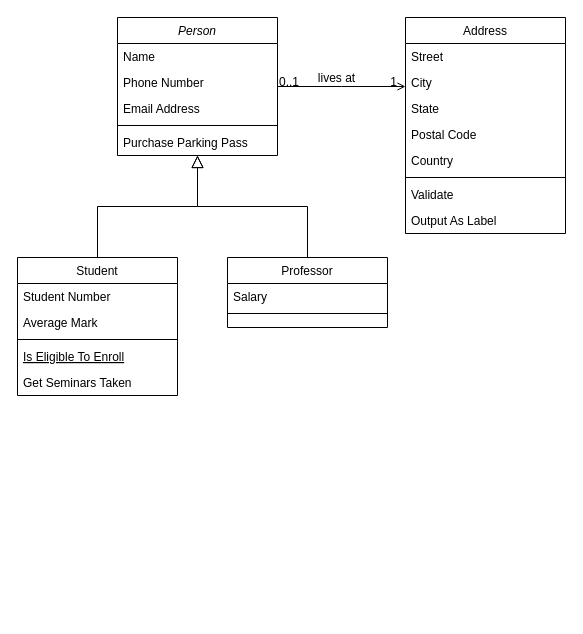
The draw.io diagram uks-classdiagram.drawio in litaanjelita/tefa-uks-classdiagram, before the edit. Source tidied: cells renumbered, new cells numbered last; positions are measured from the earlier drawing's top-left corner, leaving out a move shared by most shapes. Both pictures are drawn from the tidied source at 100%, with x=0, y=0 at pixel (17, 17).
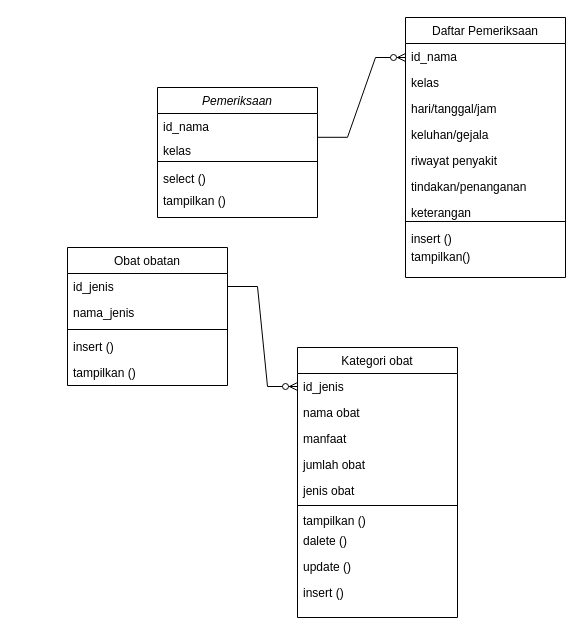
The same diagram, later.

What changed in the source:
```diff
@@
-    <mxCell id="2" value="Person" style="swimlane;fontStyle=2;align=center;verticalAlign=top;horizontal=1;startSize=26;rounded=0;shadow=0;strokeWidth=1;" parent="1" vertex="1">
-      <mxGeometry x="100" width="160" height="138" as="geometry" />
+    <mxCell id="2" value="Pemeriksaan" style="swimlane;fontStyle=2;align=center;verticalAlign=top;horizontal=1;startSize=26;rounded=0;shadow=0;strokeWidth=1;" parent="1" vertex="1">
+      <mxGeometry x="140" y="70" width="160" height="130" as="geometry" />
     </mxCell>
-    <mxCell id="3" value="Name" style="text;align=left;verticalAlign=top;spacingLeft=4;spacingRight=4;overflow=hidden;" parent="2" vertex="1">
-      <mxGeometry y="26" width="160" height="26" as="geometry" />
+    <mxCell id="3" value="id_nama" style="text;align=left;verticalAlign=top;spacingLeft=4;spacingRight=4;overflow=hidden;" parent="2" vertex="1">
+      <mxGeometry y="26" width="160" height="24" as="geometry" />
     </mxCell>
-    <mxCell id="4" value="Phone Number" style="text;align=left;verticalAlign=top;spacingLeft=4;spacingRight=4;overflow=hidden;rounded=0;shadow=0;html=0;" parent="2" vertex="1">
-      <mxGeometry y="52" width="160" height="26" as="geometry" />
+    <mxCell id="4" value="kelas" style="text;align=left;verticalAlign=top;spacingLeft=4;spacingRight=4;overflow=hidden;rounded=0;shadow=0;html=0;" parent="2" vertex="1">
+      <mxGeometry y="50" width="160" height="20" as="geometry" />
     </mxCell>
+    <mxCell id="6" style="line;html=1;strokeWidth=1;align=left;verticalAlign=middle;spacingTop=-1;spacingLeft=3;spacingRight=3;labelPosition=right;" parent="2" vertex="1">
+      <mxGeometry y="70" width="160" height="8" as="geometry" />
+    </mxCell>
-    <mxCell id="5" value="Email Address" style="text;align=left;verticalAlign=top;spacingLeft=4;spacingRight=4;overflow=hidden;rounded=0;shadow=0;html=0;" parent="2" vertex="1">
-      <mxGeometry y="78" width="160" height="26" as="geometry" />
+    <mxCell id="5" value="select ()" style="text;align=left;verticalAlign=top;spacingLeft=4;spacingRight=4;overflow=hidden;rounded=0;shadow=0;html=0;" parent="2" vertex="1">
+      <mxGeometry y="78" width="160" height="22" as="geometry" />
     </mxCell>
-    <mxCell id="6" style="line;html=1;strokeWidth=1;align=left;verticalAlign=middle;spacingTop=-1;spacingLeft=3;spacingRight=3;labelPosition=right;" parent="2" vertex="1">
-      <mxGeometry y="104" width="160" height="8" as="geometry" />
-    </mxCell>
-    <mxCell id="7" value="Purchase Parking Pass" style="text;align=left;verticalAlign=top;spacingLeft=4;spacingRight=4;overflow=hidden;" parent="2" vertex="1">
-      <mxGeometry y="112" width="160" height="26" as="geometry" />
+    <mxCell id="7" value="tampilkan ()" style="text;align=left;verticalAlign=top;spacingLeft=4;spacingRight=4;overflow=hidden;" parent="2" vertex="1">
+      <mxGeometry y="100" width="160" height="20" as="geometry" />
     </mxCell>
-    <mxCell id="8" value="Student" style="swimlane;fontStyle=0;align=center;verticalAlign=top;horizontal=1;startSize=26;rounded=0;shadow=0;strokeWidth=1;" parent="1" vertex="1">
-      <mxGeometry y="240" width="160" height="138" as="geometry" />
+    <mxCell id="8" value="Obat obatan" style="swimlane;fontStyle=0;align=center;verticalAlign=top;horizontal=1;startSize=26;rounded=0;shadow=0;strokeWidth=1;" parent="1" vertex="1">
+      <mxGeometry x="50" y="230" width="160" height="138" as="geometry" />
     </mxCell>
-    <mxCell id="9" value="Student Number" style="text;align=left;verticalAlign=top;spacingLeft=4;spacingRight=4;overflow=hidden;points=[[0,0.5],[1,0.5]];portConstraint=eastwest;" parent="8" vertex="1">
+    <mxCell id="9" value="id_jenis" style="text;align=left;verticalAlign=top;spacingLeft=4;spacingRight=4;overflow=hidden;points=[[0,0.5],[1,0.5]];portConstraint=eastwest;" parent="8" vertex="1">
       <mxGeometry y="26" width="160" height="26" as="geometry" />
     </mxCell>
-    <mxCell id="10" value="Average Mark" style="text;align=left;verticalAlign=top;spacingLeft=4;spacingRight=4;overflow=hidden;rounded=0;shadow=0;html=0;" parent="8" vertex="1">
+    <mxCell id="10" value="nama_jenis" style="text;align=left;verticalAlign=top;spacingLeft=4;spacingRight=4;overflow=hidden;rounded=0;shadow=0;html=0;" parent="8" vertex="1">
       <mxGeometry y="52" width="160" height="26" as="geometry" />
     </mxCell>
@@
-    <mxCell id="12" value="Is Eligible To Enroll" style="text;align=left;verticalAlign=top;spacingLeft=4;spacingRight=4;overflow=hidden;fontStyle=4;" parent="8" vertex="1">
+    <mxCell id="12" value="insert ()" style="text;align=left;verticalAlign=top;spacingLeft=4;spacingRight=4;overflow=hidden;fontStyle=0;" parent="8" vertex="1">
       <mxGeometry y="86" width="160" height="26" as="geometry" />
     </mxCell>
-    <mxCell id="13" value="Get Seminars Taken" style="text;align=left;verticalAlign=top;spacingLeft=4;spacingRight=4;overflow=hidden;" parent="8" vertex="1">
+    <mxCell id="13" value="tampilkan ()" style="text;align=left;verticalAlign=top;spacingLeft=4;spacingRight=4;overflow=hidden;" parent="8" vertex="1">
       <mxGeometry y="112" width="160" height="26" as="geometry" />
     </mxCell>
-    <mxCell id="14" style="endArrow=block;endSize=10;endFill=0;shadow=0;strokeWidth=1;rounded=0;curved=0;edgeStyle=elbowEdgeStyle;elbow=vertical;" parent="1" edge="1" source="8" target="2">
-      <mxGeometry relative="1" as="geometry" />
-    </mxCell>
-    <mxCell id="15" value="Professor" style="swimlane;fontStyle=0;align=center;verticalAlign=top;horizontal=1;startSize=26;rounded=0;shadow=0;strokeWidth=1;" parent="1" vertex="1">
-      <mxGeometry x="210" y="240" width="160" height="70" as="geometry" />
+    <mxCell id="15" value="Kategori obat" style="swimlane;fontStyle=0;align=center;verticalAlign=top;horizontal=1;startSize=26;rounded=0;shadow=0;strokeWidth=1;" parent="1" vertex="1">
+      <mxGeometry x="280" y="330" width="160" height="270" as="geometry" />
     </mxCell>
-    <mxCell id="16" value="Salary" style="text;align=left;verticalAlign=top;spacingLeft=4;spacingRight=4;overflow=hidden;points=[[0,0.5],[1,0.5]];portConstraint=eastwest;" parent="15" vertex="1">
+    <mxCell id="16" value="id_jenis" style="text;align=left;verticalAlign=top;spacingLeft=4;spacingRight=4;overflow=hidden;points=[[0,0.5],[1,0.5]];portConstraint=eastwest;" parent="15" vertex="1">
       <mxGeometry y="26" width="160" height="26" as="geometry" />
     </mxCell>
+    <mxCell id="32" value="nama obat" style="text;align=left;verticalAlign=top;spacingLeft=4;spacingRight=4;overflow=hidden;" parent="15" vertex="1">
+      <mxGeometry y="52" width="160" height="26" as="geometry" />
+    </mxCell>
+    <mxCell id="33" value="manfaat" style="text;align=left;verticalAlign=top;spacingLeft=4;spacingRight=4;overflow=hidden;" parent="15" vertex="1">
+      <mxGeometry y="78" width="160" height="26" as="geometry" />
+    </mxCell>
+    <mxCell id="34" value="jumlah obat" style="text;align=left;verticalAlign=top;spacingLeft=4;spacingRight=4;overflow=hidden;" parent="15" vertex="1">
+      <mxGeometry y="104" width="160" height="26" as="geometry" />
+    </mxCell>
+    <mxCell id="35" value="jenis obat" style="text;align=left;verticalAlign=top;spacingLeft=4;spacingRight=4;overflow=hidden;" parent="15" vertex="1">
+      <mxGeometry y="130" width="160" height="26" as="geometry" />
+    </mxCell>
     <mxCell id="17" style="line;html=1;strokeWidth=1;align=left;verticalAlign=middle;spacingTop=-1;spacingLeft=3;spacingRight=3;labelPosition=right;" parent="15" vertex="1">
-      <mxGeometry y="52" width="160" height="8" as="geometry" />
+      <mxGeometry y="156" width="160" height="4" as="geometry" />
     </mxCell>
-    <mxCell id="18" style="endArrow=block;endSize=10;endFill=0;shadow=0;strokeWidth=1;rounded=0;curved=0;edgeStyle=elbowEdgeStyle;elbow=vertical;" parent="1" edge="1" source="15" target="2">
-      <mxGeometry relative="1" as="geometry" />
-    </mxCell>
+    <mxCell id="36" value="tampilkan ()" style="text;align=left;verticalAlign=top;spacingLeft=4;spacingRight=4;overflow=hidden;" parent="15" vertex="1">
+      <mxGeometry y="160" width="160" height="20" as="geometry" />
+    </mxCell>
+    <mxCell id="37" value="dalete ()" style="text;align=left;verticalAlign=top;spacingLeft=4;spacingRight=4;overflow=hidden;" parent="15" vertex="1">
+      <mxGeometry y="180" width="160" height="26" as="geometry" />
+    </mxCell>
+    <mxCell id="38" value="update ()" style="text;align=left;verticalAlign=top;spacingLeft=4;spacingRight=4;overflow=hidden;" parent="15" vertex="1">
+      <mxGeometry y="206" width="160" height="26" as="geometry" />
+    </mxCell>
+    <mxCell id="39" value="insert ()" style="text;align=left;verticalAlign=top;spacingLeft=4;spacingRight=4;overflow=hidden;" parent="15" vertex="1">
+      <mxGeometry y="232" width="160" height="28" as="geometry" />
+    </mxCell>
-    <mxCell id="19" value="Address" style="swimlane;fontStyle=0;align=center;verticalAlign=top;horizontal=1;startSize=26;rounded=0;shadow=0;strokeWidth=1;" parent="1" vertex="1">
-      <mxGeometry x="388" width="160" height="216" as="geometry" />
+    <mxCell id="19" value="Daftar Pemeriksaan" style="swimlane;fontStyle=0;align=center;verticalAlign=top;horizontal=1;startSize=26;rounded=0;shadow=0;strokeWidth=1;" parent="1" vertex="1">
+      <mxGeometry x="388" width="160" height="260" as="geometry" />
     </mxCell>
-    <mxCell id="20" value="Street" style="text;align=left;verticalAlign=top;spacingLeft=4;spacingRight=4;overflow=hidden;" parent="19" vertex="1">
+    <mxCell id="20" value="id_nama" style="text;align=left;verticalAlign=top;spacingLeft=4;spacingRight=4;overflow=hidden;" parent="19" vertex="1">
       <mxGeometry y="26" width="160" height="26" as="geometry" />
     </mxCell>
-    <mxCell id="21" value="City" style="text;align=left;verticalAlign=top;spacingLeft=4;spacingRight=4;overflow=hidden;rounded=0;shadow=0;html=0;" parent="19" vertex="1">
+    <mxCell id="21" value="kelas" style="text;align=left;verticalAlign=top;spacingLeft=4;spacingRight=4;overflow=hidden;rounded=0;shadow=0;html=0;" parent="19" vertex="1">
       <mxGeometry y="52" width="160" height="26" as="geometry" />
     </mxCell>
-    <mxCell id="22" value="State" style="text;align=left;verticalAlign=top;spacingLeft=4;spacingRight=4;overflow=hidden;rounded=0;shadow=0;html=0;" parent="19" vertex="1">
+    <mxCell id="22" value="hari/tanggal/jam" style="text;align=left;verticalAlign=top;spacingLeft=4;spacingRight=4;overflow=hidden;rounded=0;shadow=0;html=0;" parent="19" vertex="1">
       <mxGeometry y="78" width="160" height="26" as="geometry" />
     </mxCell>
-    <mxCell id="23" value="Postal Code" style="text;align=left;verticalAlign=top;spacingLeft=4;spacingRight=4;overflow=hidden;rounded=0;shadow=0;html=0;" parent="19" vertex="1">
+    <mxCell id="23" value="keluhan/gejala" style="text;align=left;verticalAlign=top;spacingLeft=4;spacingRight=4;overflow=hidden;rounded=0;shadow=0;html=0;" parent="19" vertex="1">
       <mxGeometry y="104" width="160" height="26" as="geometry" />
     </mxCell>
-    <mxCell id="24" value="Country" style="text;align=left;verticalAlign=top;spacingLeft=4;spacingRight=4;overflow=hidden;rounded=0;shadow=0;html=0;" parent="19" vertex="1">
+    <mxCell id="24" value="riwayat penyakit" style="text;align=left;verticalAlign=top;spacingLeft=4;spacingRight=4;overflow=hidden;rounded=0;shadow=0;html=0;" parent="19" vertex="1">
       <mxGeometry y="130" width="160" height="26" as="geometry" />
     </mxCell>
-    <mxCell id="25" style="line;html=1;strokeWidth=1;align=left;verticalAlign=middle;spacingTop=-1;spacingLeft=3;spacingRight=3;labelPosition=right;" parent="19" vertex="1">
-      <mxGeometry y="156" width="160" height="8" as="geometry" />
-    </mxCell>
-    <mxCell id="26" value="Validate" style="text;align=left;verticalAlign=top;spacingLeft=4;spacingRight=4;overflow=hidden;" parent="19" vertex="1">
-      <mxGeometry y="164" width="160" height="26" as="geometry" />
+    <mxCell id="26" value="tindakan/penanganan" style="text;align=left;verticalAlign=top;spacingLeft=4;spacingRight=4;overflow=hidden;" parent="19" vertex="1">
+      <mxGeometry y="156" width="160" height="26" as="geometry" />
     </mxCell>
-    <mxCell id="27" value="Output As Label" style="text;align=left;verticalAlign=top;spacingLeft=4;spacingRight=4;overflow=hidden;" parent="19" vertex="1">
-      <mxGeometry y="190" width="160" height="26" as="geometry" />
+    <mxCell id="27" value="keterangan" style="text;align=left;verticalAlign=top;spacingLeft=4;spacingRight=4;overflow=hidden;" parent="19" vertex="1">
+      <mxGeometry y="182" width="160" height="18" as="geometry" />
     </mxCell>
-    <mxCell id="28" style="endArrow=open;shadow=0;strokeWidth=1;rounded=0;curved=0;endFill=1;edgeStyle=elbowEdgeStyle;elbow=vertical;" parent="1" edge="1" source="2" target="19">
-      <mxGeometry x="0.5" y="41" relative="1" as="geometry">
-        <mxPoint x="-40" y="32" as="offset" />
-      </mxGeometry>
-    </mxCell>
-    <mxCell id="29" value="0..1" style="align=left;verticalAlign=bottom;labelBackgroundColor=none;fontSize=12;" parent="28" vertex="1">
-      <mxGeometry x="-1" relative="1" as="geometry">
-        <mxPoint y="4" as="offset" />
-      </mxGeometry>
-    </mxCell>
-    <mxCell id="30" value="1" style="align=right;verticalAlign=bottom;labelBackgroundColor=none;fontSize=12;" parent="28" vertex="1">
-      <mxGeometry x="1" relative="1" as="geometry">
-        <mxPoint x="-7" y="4" as="offset" />
-      </mxGeometry>
-    </mxCell>
-    <mxCell id="31" value="lives at" style="text;html=1;align=center;verticalAlign=middle;labelBackgroundColor=none;rounded=0;shadow=0;strokeWidth=1;fontSize=12;" parent="28" vertex="1">
-      <mxGeometry x="0.5" y="49" relative="1" as="geometry">
-        <mxPoint x="-38" y="40" as="offset" />
-      </mxGeometry>
-    </mxCell>
+    <mxCell id="25" style="line;html=1;strokeWidth=1;align=left;verticalAlign=middle;spacingTop=-1;spacingLeft=3;spacingRight=3;labelPosition=right;" parent="19" vertex="1">
+      <mxGeometry y="200" width="160" height="8" as="geometry" />
+    </mxCell>
+    <mxCell id="40" value="insert ()" style="text;align=left;verticalAlign=top;spacingLeft=4;spacingRight=4;overflow=hidden;" parent="19" vertex="1">
+      <mxGeometry y="208" width="160" height="18" as="geometry" />
+    </mxCell>
+    <mxCell id="41" value="tampilkan()" style="text;align=left;verticalAlign=top;spacingLeft=4;spacingRight=4;overflow=hidden;" parent="19" vertex="1">
+      <mxGeometry y="226" width="160" height="18" as="geometry" />
+    </mxCell>
+    <mxCell id="42" style="edgeStyle=entityRelationEdgeStyle;fontSize=12;html=1;endArrow=ERzeroToMany;endFill=1;rounded=0;exitX=0.999;exitY=0.789;exitDx=0;exitDy=0;exitPerimeter=0;entryX=-0.001;entryY=0.35;entryDx=0;entryDy=0;entryPerimeter=0;" parent="1" edge="1">
+      <mxGeometry relative="1" as="geometry">
+        <mxPoint x="300" y="119.8" as="sourcePoint" />
+        <mxPoint x="388" y="40" as="targetPoint" />
+        <Array as="points">
+          <mxPoint x="340.2" y="-5.1" />
+        </Array>
+      </mxGeometry>
+    </mxCell>
+    <mxCell id="43" style="edgeStyle=entityRelationEdgeStyle;fontSize=12;html=1;endArrow=ERzeroToMany;endFill=1;rounded=0;exitX=1;exitY=0.5;exitDx=0;exitDy=0;entryX=0;entryY=0.5;entryDx=0;entryDy=0;" parent="1" edge="1" source="9" target="16">
+      <mxGeometry relative="1" as="geometry" />
+    </mxCell>
```
